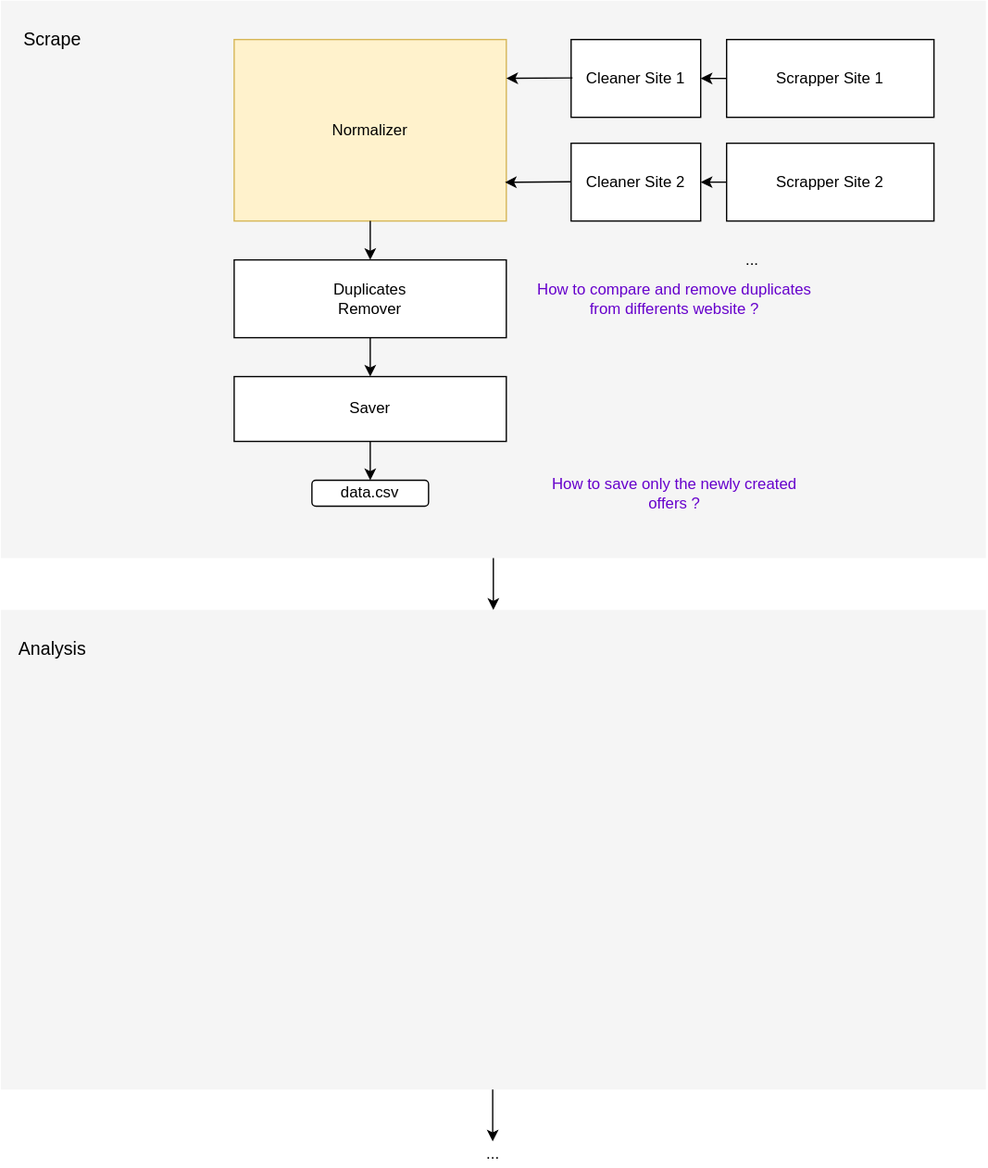
Before: plan.svg, a diagram exported from draw.io (Demesmaeker/Immo_BeCode). Source tidied: cells renumbered, new cells last; positions are measured from the earlier drawing's top-left corner, leaving out a move shared by most shapes.
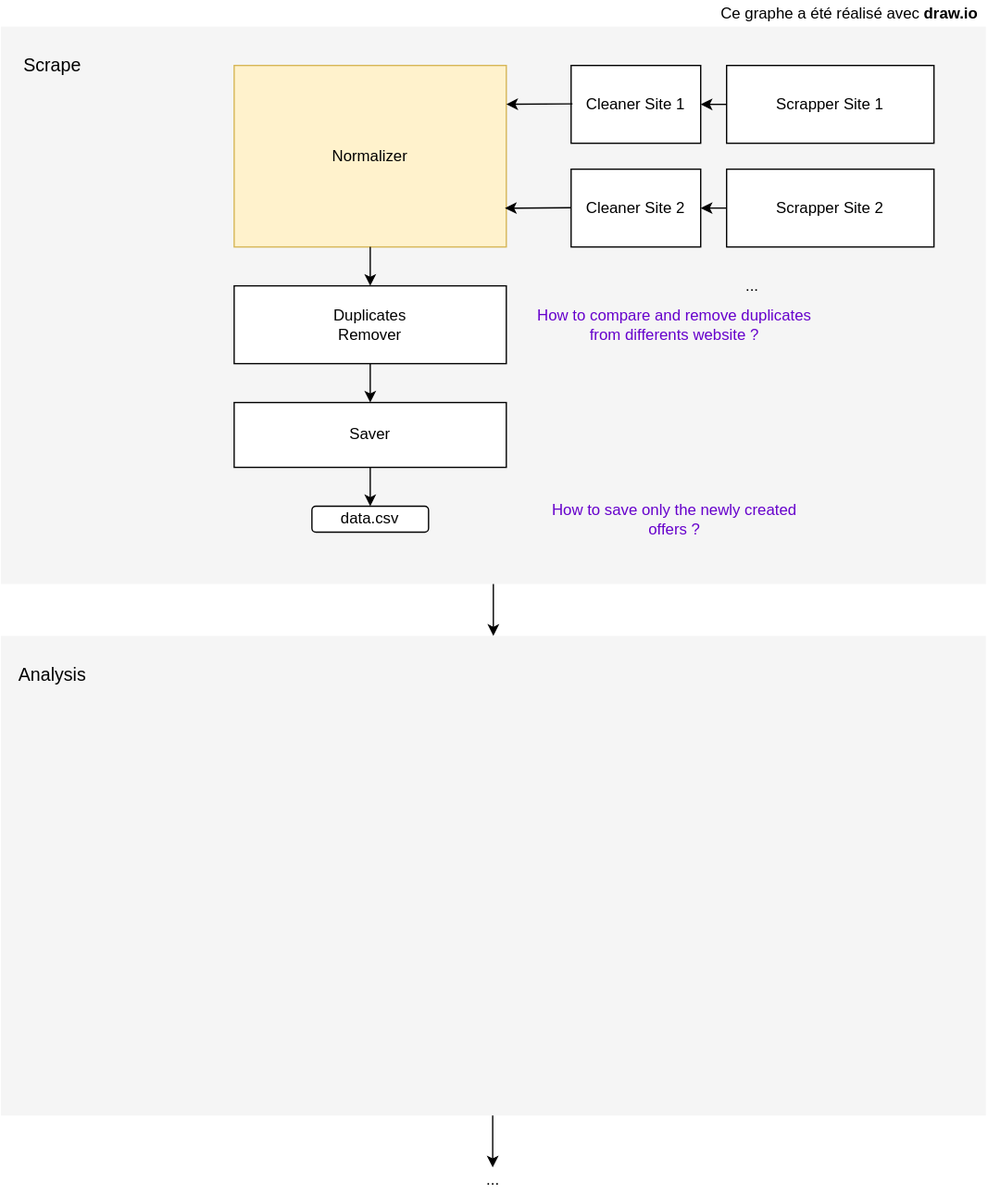
The same diagram one commit later.

Diff of the diagram source:
```diff
@@ -110,5 +110,8 @@
     <mxCell id="34" style="endArrow=classic;html=1;exitX=0.5;exitY=1;exitDx=0;exitDy=0;" parent="1" edge="1" source="2" target="3">
       <mxGeometry relative="1" as="geometry" />
     </mxCell>
+    <mxCell id="35" value="Ce graphe a été réalisé avec &lt;b&gt;draw.io&lt;/b&gt;" style="text;html=1;strokeColor=none;fillColor=none;align=center;verticalAlign=middle;whiteSpace=wrap;rounded=0;" parent="1" vertex="1">
+      <mxGeometry x="550" y="-20" width="210" height="20" as="geometry" />
+    </mxCell>
   </root>
 </mxGraphModel>
```
